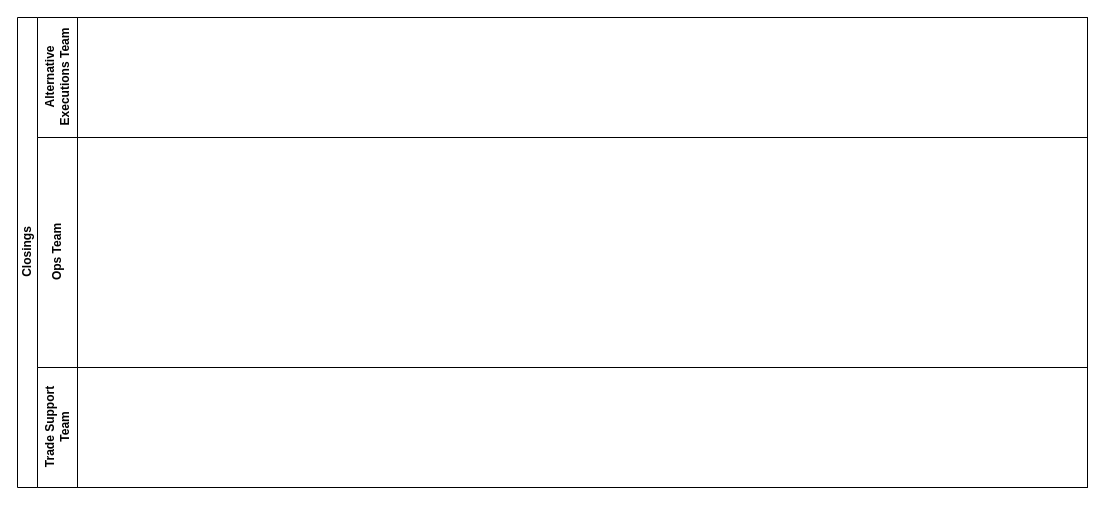
yvetuy/diagrams keeps this draw.io diagram as Closings.drawio. Above is the earlier version. Source tidied: cells renumbered, new cells numbered last; positions are measured from the earlier drawing's top-left corner, leaving out a move shared by most shapes. Both pictures are drawn from the tidied source at 100%, with x=0, y=0 at pixel (17, 17).
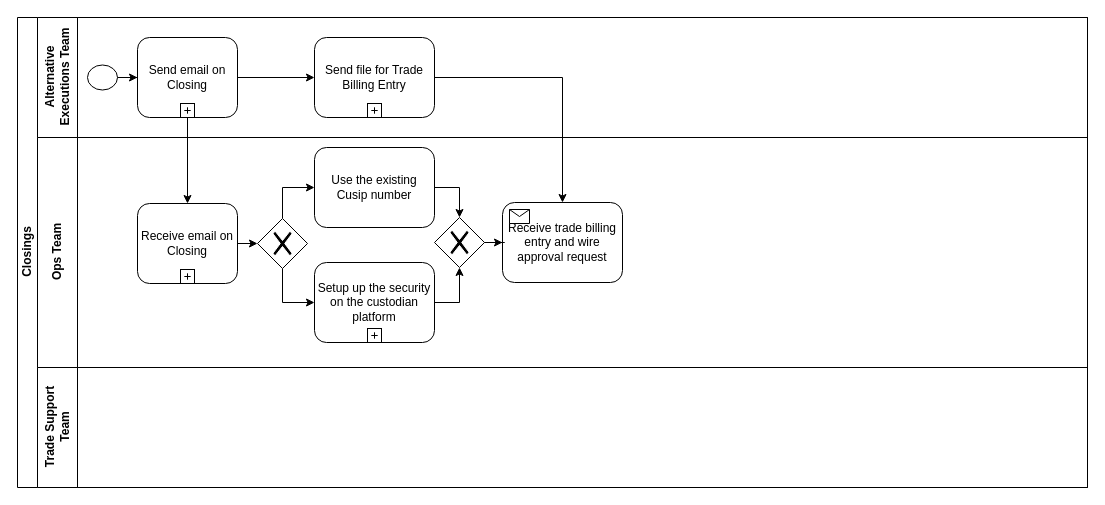
The same page after the edit.

Unchanged cells that the change refers to:
```xml
<mxCell id="2" value="Closings" style="swimlane;html=1;horizontal=0;startSize=20;" parent="1" vertex="1">
  <mxGeometry width="1070" height="470" as="geometry" />
</mxCell>
<mxCell id="3" value="Alternative &lt;br&gt;Executions Team" style="swimlane;html=1;startSize=40;horizontal=0;" parent="2" vertex="1">
  <mxGeometry x="20" width="1050" height="120" as="geometry" />
</mxCell>
<mxCell id="4" value="Ops Team" style="swimlane;html=1;startSize=40;horizontal=0;" parent="2" vertex="1">
  <mxGeometry x="20" y="120" width="1050" height="230" as="geometry" />
</mxCell>
```

What changed in the source:
```diff
@@
+    <mxCell id="6" style="edgeStyle=orthogonalEdgeStyle;rounded=0;jettySize=auto;html=1;" parent="3" edge="1" source="7" target="9">
+      <mxGeometry relative="1" as="geometry" />
+    </mxCell>
+    <mxCell id="7" style="shape=mxgraph.bpmn.shape;html=1;verticalLabelPosition=bottom;labelBackgroundColor=#ffffff;verticalAlign=top;align=center;perimeter=ellipsePerimeter;outlineConnect=0;outline=standard;symbol=general;" parent="3" vertex="1">
+      <mxGeometry x="50" y="47.5" width="30" height="25" as="geometry" />
+    </mxCell>
+    <mxCell id="8" style="edgeStyle=orthogonalEdgeStyle;rounded=0;jettySize=auto;html=1;" parent="3" edge="1" source="9" target="11">
+      <mxGeometry relative="1" as="geometry" />
+    </mxCell>
+    <mxCell id="9" value="Send email on Closing" style="html=1;whiteSpace=wrap;rounded=1;" parent="3" vertex="1">
+      <mxGeometry x="100" y="20" width="100" height="80" as="geometry" />
+    </mxCell>
+    <mxCell id="10" style="html=1;shape=plus;" parent="9" vertex="1">
+      <mxGeometry x="0.5" y="1" width="14" height="14" relative="1" as="geometry">
+        <mxPoint x="-7" y="-14" as="offset" />
+      </mxGeometry>
+    </mxCell>
+    <mxCell id="11" value="Send file for Trade Billing Entry" style="html=1;whiteSpace=wrap;rounded=1;" parent="3" vertex="1">
+      <mxGeometry x="277" y="20" width="120" height="80" as="geometry" />
+    </mxCell>
+    <mxCell id="12" style="html=1;shape=plus;" parent="11" vertex="1">
+      <mxGeometry x="0.5" y="1" width="14" height="14" relative="1" as="geometry">
+        <mxPoint x="-7" y="-14" as="offset" />
+      </mxGeometry>
+    </mxCell>
@@
+    <mxCell id="13" style="edgeStyle=orthogonalEdgeStyle;rounded=0;jettySize=auto;html=1;exitX=1;exitY=0.5;exitDx=0;exitDy=0;entryX=0;entryY=0.5;entryDx=0;entryDy=0;" parent="4" edge="1" source="16" target="20">
+      <mxGeometry relative="1" as="geometry" />
+    </mxCell>
+    <mxCell id="14" style="edgeStyle=orthogonalEdgeStyle;rounded=0;jettySize=auto;html=1;exitX=1;exitY=0.5;exitDx=0;exitDy=0;entryX=0.5;entryY=0;entryDx=0;entryDy=0;" parent="4" edge="1" source="15" target="27">
+      <mxGeometry relative="1" as="geometry" />
+    </mxCell>
+    <mxCell id="15" value="Use the existing Cusip number" style="shape=ext;rounded=1;html=1;whiteSpace=wrap;" parent="4" vertex="1">
+      <mxGeometry x="277" y="10" width="120" height="80" as="geometry" />
+    </mxCell>
+    <mxCell id="16" value="Receive email on Closing" style="html=1;whiteSpace=wrap;rounded=1;" parent="4" vertex="1">
+      <mxGeometry x="100" y="66" width="100" height="80" as="geometry" />
+    </mxCell>
+    <mxCell id="17" style="html=1;shape=plus;" parent="16" vertex="1">
+      <mxGeometry x="0.5" y="1" width="14" height="14" relative="1" as="geometry">
+        <mxPoint x="-7" y="-14" as="offset" />
+      </mxGeometry>
+    </mxCell>
+    <mxCell id="18" style="edgeStyle=orthogonalEdgeStyle;rounded=0;jettySize=auto;html=1;exitX=0.5;exitY=0;exitDx=0;exitDy=0;entryX=0;entryY=0.5;entryDx=0;entryDy=0;" parent="4" edge="1" source="20" target="15">
+      <mxGeometry relative="1" as="geometry">
+        <Array as="points">
+          <mxPoint x="245" y="50" />
+        </Array>
+      </mxGeometry>
+    </mxCell>
+    <mxCell id="19" style="edgeStyle=orthogonalEdgeStyle;rounded=0;jettySize=auto;html=1;exitX=0.5;exitY=1;exitDx=0;exitDy=0;entryX=0;entryY=0.5;entryDx=0;entryDy=0;" parent="4" edge="1" source="20" target="24">
+      <mxGeometry relative="1" as="geometry" />
+    </mxCell>
+    <mxCell id="20" style="shape=mxgraph.bpmn.shape;html=1;verticalLabelPosition=bottom;labelBackgroundColor=#ffffff;verticalAlign=top;align=center;perimeter=rhombusPerimeter;background=gateway;outlineConnect=0;outline=none;symbol=exclusiveGw;" parent="4" vertex="1">
+      <mxGeometry x="220" y="81" width="50" height="50" as="geometry" />
+    </mxCell>
+    <mxCell id="21" style="edgeStyle=orthogonalEdgeStyle;rounded=0;jettySize=auto;html=1;exitX=1;exitY=0.5;exitDx=0;exitDy=0;entryX=0.5;entryY=1;entryDx=0;entryDy=0;" parent="4" edge="1" source="24" target="27">
+      <mxGeometry relative="1" as="geometry" />
+    </mxCell>
+    <mxCell id="22" value="Receive trade billing entry and wire approval request" style="html=1;whiteSpace=wrap;rounded=1;" parent="4" vertex="1">
+      <mxGeometry x="465" y="65" width="120" height="80" as="geometry" />
+    </mxCell>
+    <mxCell id="23" style="html=1;shape=message;" parent="22" vertex="1">
+      <mxGeometry width="20" height="14" relative="1" as="geometry">
+        <mxPoint x="7" y="7" as="offset" />
+      </mxGeometry>
+    </mxCell>
+    <mxCell id="24" value="Setup up the security on the custodian platform" style="html=1;whiteSpace=wrap;rounded=1;" parent="4" vertex="1">
+      <mxGeometry x="277" y="125" width="120" height="80" as="geometry" />
+    </mxCell>
+    <mxCell id="25" style="html=1;shape=plus;" parent="24" vertex="1">
+      <mxGeometry x="0.5" y="1" width="14" height="14" relative="1" as="geometry">
+        <mxPoint x="-7" y="-14" as="offset" />
+      </mxGeometry>
+    </mxCell>
+    <mxCell id="26" style="edgeStyle=orthogonalEdgeStyle;rounded=0;jettySize=auto;html=1;exitX=1;exitY=0.5;exitDx=0;exitDy=0;" parent="4" edge="1" source="27" target="22">
+      <mxGeometry relative="1" as="geometry" />
+    </mxCell>
+    <mxCell id="27" style="shape=mxgraph.bpmn.shape;html=1;verticalLabelPosition=bottom;labelBackgroundColor=#ffffff;verticalAlign=top;align=center;perimeter=rhombusPerimeter;background=gateway;outlineConnect=0;outline=none;symbol=exclusiveGw;" parent="4" vertex="1">
+      <mxGeometry x="397" y="80" width="50" height="50" as="geometry" />
+    </mxCell>
@@
+    <mxCell id="28" style="edgeStyle=orthogonalEdgeStyle;rounded=0;jettySize=auto;html=1;" parent="2" edge="1" source="9" target="16">
+      <mxGeometry relative="1" as="geometry" />
+    </mxCell>
+    <mxCell id="29" style="edgeStyle=orthogonalEdgeStyle;rounded=0;jettySize=auto;html=1;exitX=1;exitY=0.5;exitDx=0;exitDy=0;entryX=0.5;entryY=0;entryDx=0;entryDy=0;" parent="2" edge="1" source="11" target="22">
+      <mxGeometry relative="1" as="geometry" />
+    </mxCell>
```
